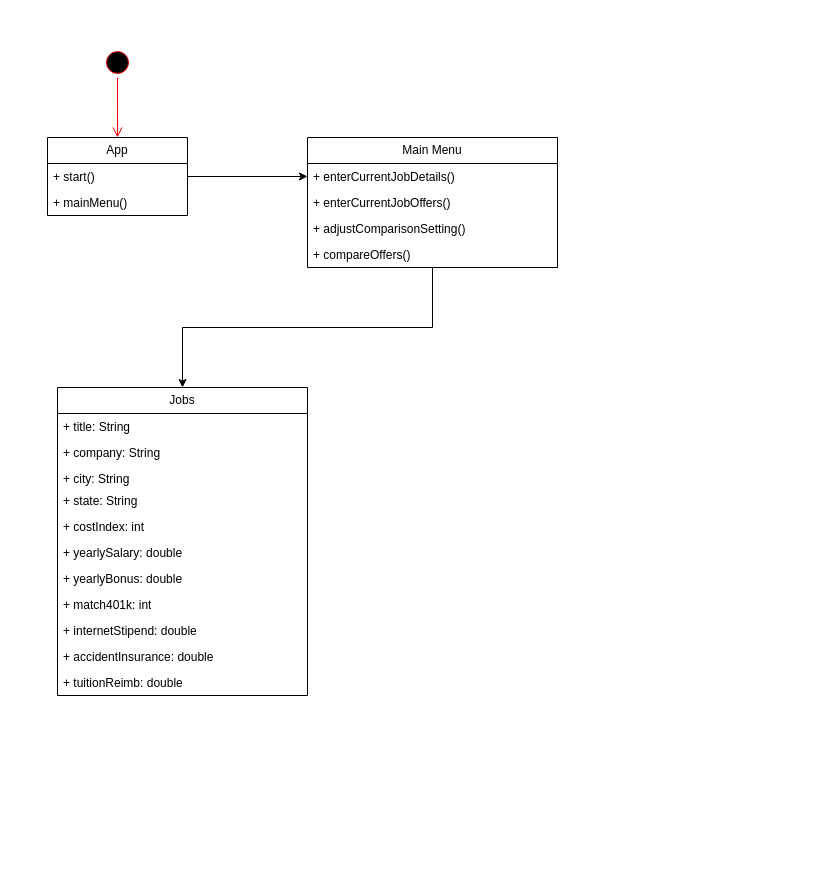
This is Untitled Diagram.drawio from jialianghuang/cal, a draw.io file, before an edit. Source tidied: cells renumbered, new cells numbered last; positions are measured from the earlier drawing's top-left corner, leaving out a move shared by most shapes. Both pictures are drawn from the tidied source at 100%, with x=0, y=0 at pixel (47, 47).
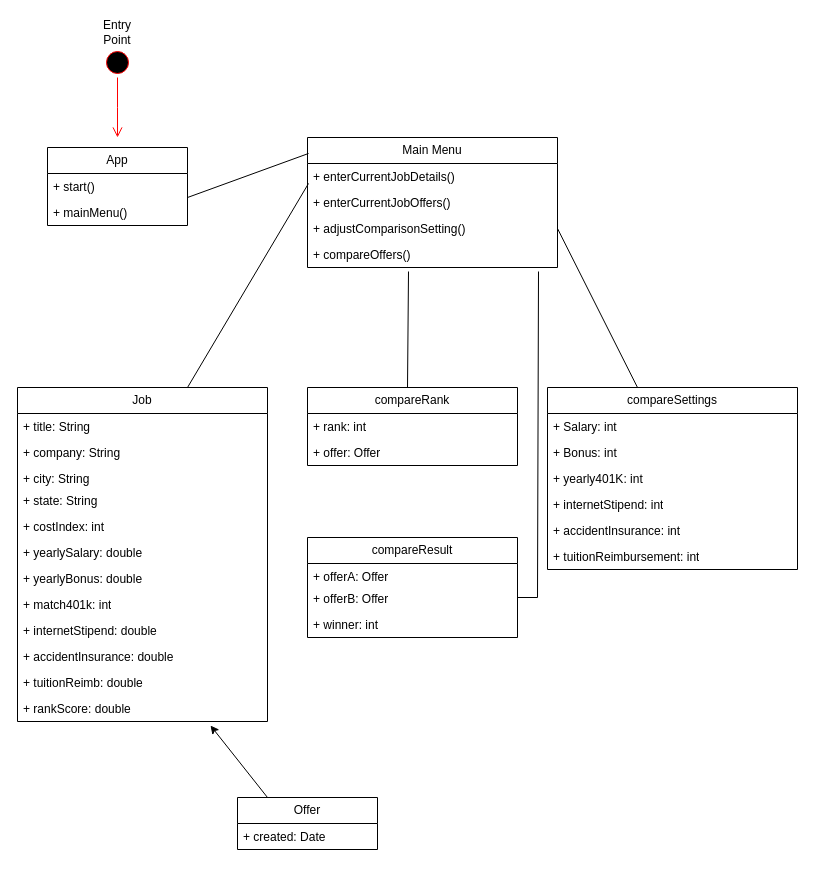
The same diagram, later.

The change refers to these unchanged cells:
```xml
<mxCell id="3" value="+ start()" style="text;strokeColor=none;fillColor=none;align=left;verticalAlign=top;spacingLeft=4;spacingRight=4;overflow=hidden;points=[[0,0.5],[1,0.5]];portConstraint=eastwest;whiteSpace=wrap;html=1;" parent="2" vertex="1">
  <mxGeometry y="26" width="140" height="26" as="geometry" />
</mxCell>
<mxCell id="8" value="Main Menu" style="swimlane;fontStyle=0;horizontal=1;startSize=26;fillColor=none;whiteSpace=wrap;html=1;" parent="1" vertex="1">
  <mxGeometry x="260" y="90" width="250" height="130" as="geometry" />
</mxCell>
<mxCell id="9" value="+ enterCurrentJobDetails()" style="text;strokeColor=none;fillColor=none;align=left;verticalAlign=top;spacingLeft=4;spacingRight=4;overflow=hidden;points=[[0,0.5],[1,0.5]];portConstraint=eastwest;whiteSpace=wrap;html=1;" parent="8" vertex="1">
  <mxGeometry y="26" width="250" height="26" as="geometry" />
</mxCell>
<mxCell id="11" value="+ adjustComparisonSetting()" style="text;strokeColor=none;fillColor=none;align=left;verticalAlign=top;spacingLeft=4;spacingRight=4;overflow=hidden;points=[[0,0.5],[1,0.5]];portConstraint=eastwest;whiteSpace=wrap;html=1;" parent="8" vertex="1">
  <mxGeometry y="78" width="250" height="26" as="geometry" />
</mxCell>
<mxCell id="12" value="+ compareOffers()" style="text;strokeColor=none;fillColor=none;align=left;verticalAlign=top;spacingLeft=4;spacingRight=4;overflow=hidden;points=[[0,0.5],[1,0.5]];portConstraint=eastwest;whiteSpace=wrap;html=1;" parent="8" vertex="1">
  <mxGeometry y="104" width="250" height="26" as="geometry" />
</mxCell>
```

Diff of the diagram source:
```diff
@@
     <mxCell id="2" value="App" style="swimlane;fontStyle=0;horizontal=1;startSize=26;fillColor=none;whiteSpace=wrap;html=1;" parent="1" vertex="1">
-      <mxGeometry y="90" width="140" height="78" as="geometry" />
+      <mxGeometry y="100" width="140" height="78" as="geometry" />
     </mxCell>
@@
-    <mxCell id="7" style="edgeStyle=orthogonalEdgeStyle;rounded=0;jettySize=auto;html=1;" parent="1" edge="1" source="8" target="14">
-      <mxGeometry relative="1" as="geometry" />
-    </mxCell>
@@
-    <mxCell id="13" style="edgeStyle=orthogonalEdgeStyle;rounded=0;jettySize=auto;html=1;exitX=1;exitY=0.5;exitDx=0;exitDy=0;entryX=0;entryY=0.5;entryDx=0;entryDy=0;" parent="1" edge="1" source="3" target="9">
-      <mxGeometry relative="1" as="geometry" />
-    </mxCell>
-    <mxCell id="14" value="Jobs" style="swimlane;fontStyle=0;horizontal=1;startSize=26;fillColor=none;whiteSpace=wrap;html=1;" parent="1" vertex="1">
-      <mxGeometry x="10" y="340" width="250" height="308" as="geometry" />
+    <mxCell id="14" value="Job" style="swimlane;fontStyle=0;horizontal=1;startSize=26;fillColor=none;whiteSpace=wrap;html=1;" parent="1" vertex="1">
+      <mxGeometry x="-30" y="340" width="250" height="334" as="geometry" />
     </mxCell>
@@
+    <mxCell id="26" value="+ rankScore: double" style="text;strokeColor=none;fillColor=none;align=left;verticalAlign=top;spacingLeft=4;spacingRight=4;overflow=hidden;points=[[0,0.5],[1,0.5]];portConstraint=eastwest;whiteSpace=wrap;html=1;" parent="14" vertex="1">
+      <mxGeometry y="308" width="250" height="26" as="geometry" />
+    </mxCell>
+    <mxCell id="27" value="Offer" style="swimlane;fontStyle=0;horizontal=1;startSize=26;fillColor=none;whiteSpace=wrap;html=1;" parent="1" vertex="1">
+      <mxGeometry x="190" y="750" width="140" height="52" as="geometry" />
+    </mxCell>
+    <mxCell id="28" value="+ created: Date" style="text;strokeColor=none;fillColor=none;align=left;verticalAlign=top;spacingLeft=4;spacingRight=4;overflow=hidden;whiteSpace=wrap;html=1;" parent="27" vertex="1">
+      <mxGeometry y="26" width="140" height="26" as="geometry" />
+    </mxCell>
+    <mxCell id="29" style="endArrow=none;html=1;rounded=0;entryX=0.004;entryY=0.769;entryDx=0;entryDy=0;entryPerimeter=0;" parent="1" edge="1" target="9">
+      <mxGeometry relative="1" as="geometry">
+        <mxPoint x="140" y="340" as="sourcePoint" />
+      </mxGeometry>
+    </mxCell>
+    <mxCell id="30" style="endArrow=none;html=1;rounded=0;entryX=0.004;entryY=0.123;entryDx=0;entryDy=0;entryPerimeter=0;" parent="1" edge="1" target="8">
+      <mxGeometry relative="1" as="geometry">
+        <mxPoint x="140" y="150" as="sourcePoint" />
+      </mxGeometry>
+    </mxCell>
+    <mxCell id="31" value="compareSettings" style="swimlane;fontStyle=0;horizontal=1;startSize=26;fillColor=none;whiteSpace=wrap;html=1;" parent="1" vertex="1">
+      <mxGeometry x="500" y="340" width="250" height="182" as="geometry" />
+    </mxCell>
+    <mxCell id="32" value="+ Salary: int" style="text;strokeColor=none;fillColor=none;align=left;verticalAlign=top;spacingLeft=4;spacingRight=4;overflow=hidden;whiteSpace=wrap;html=1;" parent="31" vertex="1">
+      <mxGeometry y="26" width="250" height="26" as="geometry" />
+    </mxCell>
+    <mxCell id="33" value="+ Bonus: int" style="text;strokeColor=none;fillColor=none;align=left;verticalAlign=top;spacingLeft=4;spacingRight=4;overflow=hidden;whiteSpace=wrap;html=1;" parent="31" vertex="1">
+      <mxGeometry y="52" width="250" height="26" as="geometry" />
+    </mxCell>
+    <mxCell id="34" value="+ yearly401K: int&lt;div&gt;&lt;br&gt;&lt;/div&gt;" style="text;strokeColor=none;fillColor=none;align=left;verticalAlign=top;spacingLeft=4;spacingRight=4;overflow=hidden;whiteSpace=wrap;html=1;" parent="31" vertex="1">
+      <mxGeometry y="78" width="250" height="26" as="geometry" />
+    </mxCell>
+    <mxCell id="35" value="+ internetStipend: int&lt;div&gt;&lt;br&gt;&lt;/div&gt;" style="text;strokeColor=none;fillColor=none;align=left;verticalAlign=top;spacingLeft=4;spacingRight=4;overflow=hidden;whiteSpace=wrap;html=1;" parent="31" vertex="1">
+      <mxGeometry y="104" width="250" height="26" as="geometry" />
+    </mxCell>
+    <mxCell id="36" value="+ accidentInsurance: int&lt;div&gt;&lt;br&gt;&lt;/div&gt;" style="text;strokeColor=none;fillColor=none;align=left;verticalAlign=top;spacingLeft=4;spacingRight=4;overflow=hidden;whiteSpace=wrap;html=1;" parent="31" vertex="1">
+      <mxGeometry y="130" width="250" height="26" as="geometry" />
+    </mxCell>
+    <mxCell id="37" value="+ tuitionReimbursement: int&lt;div&gt;&lt;br&gt;&lt;/div&gt;" style="text;strokeColor=none;fillColor=none;align=left;verticalAlign=top;spacingLeft=4;spacingRight=4;overflow=hidden;whiteSpace=wrap;html=1;" parent="31" vertex="1">
+      <mxGeometry y="156" width="250" height="26" as="geometry" />
+    </mxCell>
+    <mxCell id="38" style="endArrow=none;html=1;rounded=0;entryX=1;entryY=0.5;entryDx=0;entryDy=0;" parent="1" edge="1" target="11">
+      <mxGeometry relative="1" as="geometry">
+        <mxPoint x="590" y="340" as="sourcePoint" />
+      </mxGeometry>
+    </mxCell>
+    <mxCell id="39" value="Entry Point" style="text;html=1;align=center;verticalAlign=middle;whiteSpace=wrap;rounded=0;" parent="1" vertex="1">
+      <mxGeometry x="40" y="-30" width="60" height="30" as="geometry" />
+    </mxCell>
+    <mxCell id="40" value="compareRank" style="swimlane;fontStyle=0;horizontal=1;startSize=26;fillColor=none;whiteSpace=wrap;html=1;" parent="1" vertex="1">
+      <mxGeometry x="260" y="340" width="210" height="78" as="geometry" />
+    </mxCell>
+    <mxCell id="41" value="+ rank: int" style="text;strokeColor=none;fillColor=none;align=left;verticalAlign=top;spacingLeft=4;spacingRight=4;overflow=hidden;whiteSpace=wrap;html=1;" parent="40" vertex="1">
+      <mxGeometry y="26" width="210" height="26" as="geometry" />
+    </mxCell>
+    <mxCell id="42" value="+ offer: Offer" style="text;strokeColor=none;fillColor=none;align=left;verticalAlign=top;spacingLeft=4;spacingRight=4;overflow=hidden;whiteSpace=wrap;html=1;" parent="40" vertex="1">
+      <mxGeometry y="52" width="210" height="26" as="geometry" />
+    </mxCell>
+    <mxCell id="43" style="endArrow=classic;html=1;rounded=0;entryX=0.772;entryY=1.154;entryDx=0;entryDy=0;entryPerimeter=0;" parent="1" edge="1" target="26">
+      <mxGeometry relative="1" as="geometry">
+        <mxPoint x="220" y="750" as="sourcePoint" />
+      </mxGeometry>
+    </mxCell>
+    <mxCell id="44" style="endArrow=none;html=1;rounded=0;entryX=0.404;entryY=1.154;entryDx=0;entryDy=0;entryPerimeter=0;" parent="1" edge="1" target="12">
+      <mxGeometry relative="1" as="geometry">
+        <mxPoint x="360" y="340" as="sourcePoint" />
+      </mxGeometry>
+    </mxCell>
+    <mxCell id="45" value="compareResult" style="swimlane;fontStyle=0;horizontal=1;startSize=26;fillColor=none;whiteSpace=wrap;html=1;" parent="1" vertex="1">
+      <mxGeometry x="260" y="490" width="210" height="100" as="geometry" />
+    </mxCell>
+    <mxCell id="46" value="+ offerA: Offer" style="text;strokeColor=none;fillColor=none;align=left;verticalAlign=top;spacingLeft=4;spacingRight=4;overflow=hidden;whiteSpace=wrap;html=1;" parent="45" vertex="1">
+      <mxGeometry y="26" width="210" height="22" as="geometry" />
+    </mxCell>
+    <mxCell id="47" value="+ offerB: Offer" style="text;strokeColor=none;fillColor=none;align=left;verticalAlign=top;spacingLeft=4;spacingRight=4;overflow=hidden;whiteSpace=wrap;html=1;" parent="45" vertex="1">
+      <mxGeometry y="48" width="210" height="26" as="geometry" />
+    </mxCell>
+    <mxCell id="48" value="+ winner: int" style="text;strokeColor=none;fillColor=none;align=left;verticalAlign=top;spacingLeft=4;spacingRight=4;overflow=hidden;whiteSpace=wrap;html=1;" parent="45" vertex="1">
+      <mxGeometry y="74" width="210" height="26" as="geometry" />
+    </mxCell>
+    <mxCell id="49" style="endArrow=none;html=1;rounded=0;" parent="1" edge="1">
+      <mxGeometry relative="1" as="geometry">
+        <mxPoint x="470" y="550" as="sourcePoint" />
+        <mxPoint x="490" y="550" as="targetPoint" />
+      </mxGeometry>
+    </mxCell>
+    <mxCell id="50" style="endArrow=none;html=1;rounded=0;entryX=0.924;entryY=1.154;entryDx=0;entryDy=0;entryPerimeter=0;" parent="1" edge="1" target="12">
+      <mxGeometry relative="1" as="geometry">
+        <mxPoint x="490" y="550" as="sourcePoint" />
+      </mxGeometry>
+    </mxCell>
```
